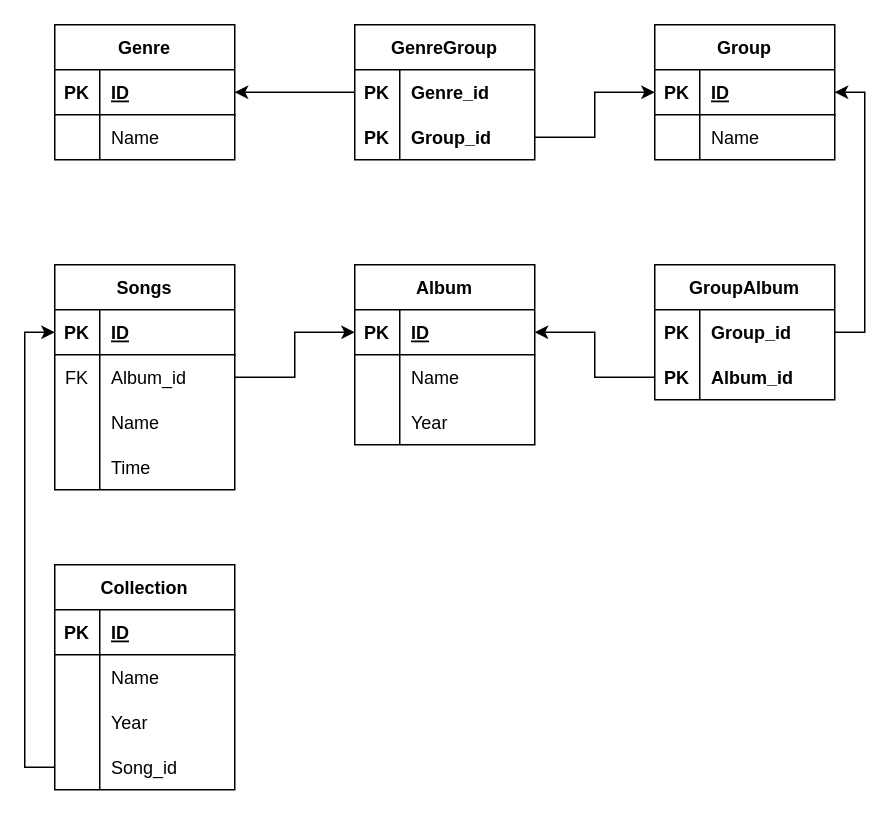
Before: Диаграмма без названия.drawio in Roodootoo/NetologyGit, a draw.io diagram. Source tidied: cells renumbered, new cells numbered last; positions are measured from the earlier drawing's top-left corner, leaving out a move shared by most shapes. Both pictures are drawn from the tidied source at 150%, with x=0, y=0 at pixel (54, 24).
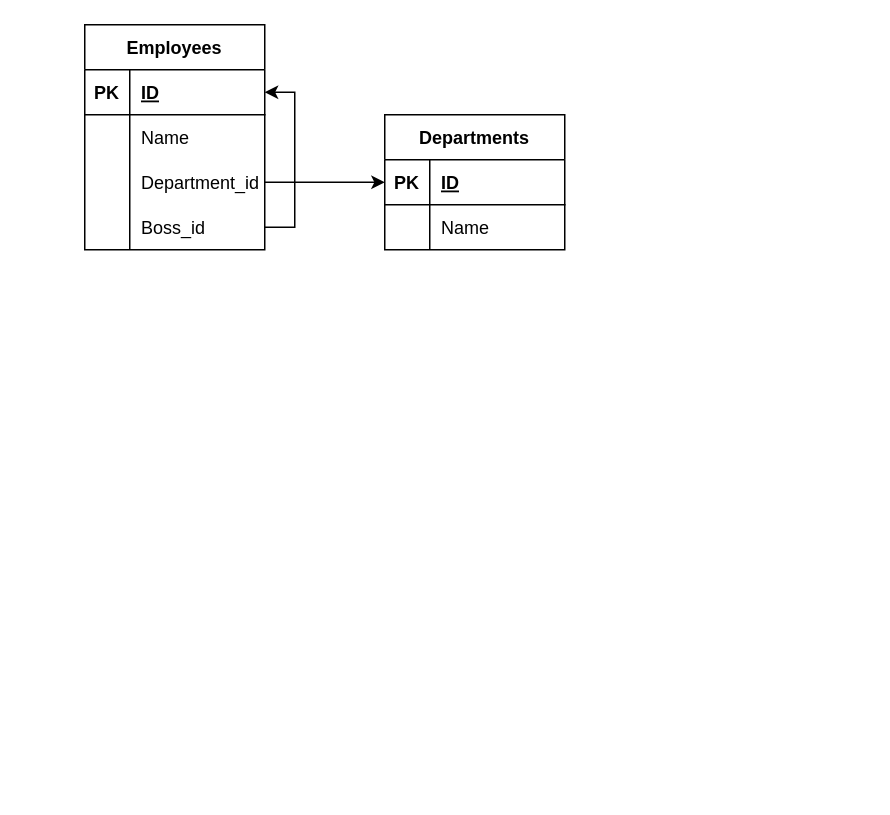
The same page after the edit.

The change refers to these unchanged cells:
```xml
<mxCell id="3" style="shape=tableRow;horizontal=0;startSize=0;swimlaneHead=0;swimlaneBody=0;fillColor=none;points=[[0,0.5],[1,0.5]];portConstraint=eastwest;top=0;left=0;right=0;bottom=1;" parent="2" vertex="1">
  <mxGeometry y="30" width="120" height="30" as="geometry" />
</mxCell>
<mxCell id="10" style="shape=tableRow;horizontal=0;startSize=0;swimlaneHead=0;swimlaneBody=0;fillColor=none;points=[[0,0.5],[1,0.5]];portConstraint=eastwest;top=0;left=0;right=0;bottom=1;" parent="9" vertex="1">
  <mxGeometry y="30" width="120" height="30" as="geometry" />
</mxCell>
```

Change to the diagram source:
```diff
@@
-    <mxCell id="2" value="Genre" style="shape=table;startSize=30;childLayout=tableLayout;rowLines=0;fontStyle=1;align=center;" parent="1" vertex="1">
-      <mxGeometry width="120" height="90" as="geometry" />
+    <mxCell id="2" value="Employees" style="shape=table;startSize=30;childLayout=tableLayout;rowLines=0;fontStyle=1;align=center;" parent="1" vertex="1">
+      <mxGeometry x="20" width="120" height="150" as="geometry" />
     </mxCell>
@@
+    <mxCell id="72" style="shape=tableRow;horizontal=0;startSize=0;swimlaneHead=0;swimlaneBody=0;fillColor=none;points=[[0,0.5],[1,0.5]];portConstraint=eastwest;top=0;left=0;right=0;bottom=0;" parent="2" vertex="1">
+      <mxGeometry y="90" width="120" height="30" as="geometry" />
+    </mxCell>
+    <mxCell id="73" style="shape=partialRectangle;fillColor=none;top=0;left=0;bottom=0;right=0;overflow=hidden;" parent="72" vertex="1">
+      <mxGeometry width="30" height="30" as="geometry" />
+    </mxCell>
+    <mxCell id="74" value="Department_id" style="shape=partialRectangle;fillColor=none;top=0;left=0;bottom=0;right=0;align=left;spacingLeft=6;overflow=hidden;" parent="72" vertex="1">
+      <mxGeometry x="30" width="90" height="30" as="geometry" />
+    </mxCell>
+    <mxCell id="75" style="edgeStyle=orthogonalEdgeStyle;rounded=0;jettySize=auto;html=1;exitX=1;exitY=0.5;exitDx=0;exitDy=0;entryX=1;entryY=0.5;entryDx=0;entryDy=0;" parent="2" edge="1" source="76" target="3">
+      <mxGeometry relative="1" as="geometry" />
+    </mxCell>
+    <mxCell id="76" style="shape=tableRow;horizontal=0;startSize=0;swimlaneHead=0;swimlaneBody=0;fillColor=none;points=[[0,0.5],[1,0.5]];portConstraint=eastwest;top=0;left=0;right=0;bottom=0;" parent="2" vertex="1">
+      <mxGeometry y="120" width="120" height="30" as="geometry" />
+    </mxCell>
+    <mxCell id="77" style="shape=partialRectangle;fillColor=none;top=0;left=0;bottom=0;right=0;overflow=hidden;" parent="76" vertex="1">
+      <mxGeometry width="30" height="30" as="geometry" />
+    </mxCell>
+    <mxCell id="78" value="Boss_id" style="shape=partialRectangle;fillColor=none;top=0;left=0;bottom=0;right=0;align=left;spacingLeft=6;overflow=hidden;" parent="76" vertex="1">
+      <mxGeometry x="30" width="90" height="30" as="geometry" />
+    </mxCell>
-    <mxCell id="9" value="Group" style="shape=table;startSize=30;childLayout=tableLayout;rowLines=0;fontStyle=1;align=center;" parent="1" vertex="1">
-      <mxGeometry x="400" width="120" height="90" as="geometry" />
+    <mxCell id="9" value="Departments" style="shape=table;startSize=30;childLayout=tableLayout;rowLines=0;fontStyle=1;align=center;" parent="1" vertex="1">
+      <mxGeometry x="220" y="60" width="120" height="90" as="geometry" />
     </mxCell>
@@
-    <mxCell id="16" value="Album" style="shape=table;startSize=30;childLayout=tableLayout;rowLines=0;fontStyle=1;align=center;" parent="1" vertex="1">
-      <mxGeometry x="200" y="160" width="120" height="120" as="geometry" />
-    </mxCell>
-    <mxCell id="17" style="shape=tableRow;horizontal=0;startSize=0;swimlaneHead=0;swimlaneBody=0;fillColor=none;points=[[0,0.5],[1,0.5]];portConstraint=eastwest;top=0;left=0;right=0;bottom=1;" parent="16" vertex="1">
-      <mxGeometry y="30" width="120" height="30" as="geometry" />
-    </mxCell>
-    <mxCell id="18" value="PK" style="shape=partialRectangle;fillColor=none;top=0;left=0;bottom=0;right=0;fontStyle=1;overflow=hidden;" parent="17" vertex="1">
-      <mxGeometry width="30" height="30" as="geometry" />
-    </mxCell>
-    <mxCell id="19" value="ID" style="shape=partialRectangle;fillColor=none;top=0;left=0;bottom=0;right=0;align=left;spacingLeft=6;fontStyle=5;overflow=hidden;" parent="17" vertex="1">
-      <mxGeometry x="30" width="90" height="30" as="geometry" />
-    </mxCell>
-    <mxCell id="20" style="shape=tableRow;horizontal=0;startSize=0;swimlaneHead=0;swimlaneBody=0;fillColor=none;top=0;left=0;right=0;bottom=0;" parent="16" vertex="1">
-      <mxGeometry y="60" width="120" height="30" as="geometry" />
-    </mxCell>
-    <mxCell id="21" style="shape=partialRectangle;fillColor=none;top=0;left=0;bottom=0;right=0;overflow=hidden;" parent="20" vertex="1">
-      <mxGeometry width="30" height="30" as="geometry" />
-    </mxCell>
-    <mxCell id="22" value="Name" style="shape=partialRectangle;fillColor=none;top=0;left=0;bottom=0;right=0;align=left;spacingLeft=6;overflow=hidden;" parent="20" vertex="1">
-      <mxGeometry x="30" width="90" height="30" as="geometry" />
-    </mxCell>
-    <mxCell id="23" style="shape=tableRow;horizontal=0;startSize=0;swimlaneHead=0;swimlaneBody=0;fillColor=none;top=0;left=0;right=0;bottom=0;" parent="16" vertex="1">
-      <mxGeometry y="90" width="120" height="30" as="geometry" />
-    </mxCell>
-    <mxCell id="24" style="shape=partialRectangle;fillColor=none;top=0;left=0;bottom=0;right=0;overflow=hidden;" parent="23" vertex="1">
-      <mxGeometry width="30" height="30" as="geometry" />
-    </mxCell>
-    <mxCell id="25" value="Year" style="shape=partialRectangle;fillColor=none;top=0;left=0;bottom=0;right=0;align=left;spacingLeft=6;overflow=hidden;" parent="23" vertex="1">
-      <mxGeometry x="30" width="90" height="30" as="geometry" />
-    </mxCell>
-    <mxCell id="26" value="Songs" style="shape=table;startSize=30;childLayout=tableLayout;rowLines=0;fontStyle=1;align=center;" parent="1" vertex="1">
-      <mxGeometry y="160" width="120" height="150" as="geometry" />
-    </mxCell>
-    <mxCell id="27" style="shape=tableRow;horizontal=0;startSize=0;swimlaneHead=0;swimlaneBody=0;fillColor=none;points=[[0,0.5],[1,0.5]];portConstraint=eastwest;top=0;left=0;right=0;bottom=1;" parent="26" vertex="1">
-      <mxGeometry y="30" width="120" height="30" as="geometry" />
-    </mxCell>
-    <mxCell id="28" value="PK" style="shape=partialRectangle;fillColor=none;top=0;left=0;bottom=0;right=0;fontStyle=1;overflow=hidden;" parent="27" vertex="1">
-      <mxGeometry width="30" height="30" as="geometry" />
-    </mxCell>
-    <mxCell id="29" value="ID" style="shape=partialRectangle;fillColor=none;top=0;left=0;bottom=0;right=0;align=left;spacingLeft=6;fontStyle=5;overflow=hidden;" parent="27" vertex="1">
-      <mxGeometry x="30" width="90" height="30" as="geometry" />
-    </mxCell>
-    <mxCell id="30" style="shape=tableRow;horizontal=0;startSize=0;swimlaneHead=0;swimlaneBody=0;fillColor=none;points=[[0,0.5],[1,0.5]];portConstraint=eastwest;top=0;left=0;right=0;bottom=0;" parent="26" vertex="1">
-      <mxGeometry y="60" width="120" height="30" as="geometry" />
-    </mxCell>
-    <mxCell id="31" value="FK" style="shape=partialRectangle;fillColor=none;top=0;left=0;bottom=0;right=0;overflow=hidden;" parent="30" vertex="1">
-      <mxGeometry width="30" height="30" as="geometry" />
-    </mxCell>
-    <mxCell id="32" value="Album_id" style="shape=partialRectangle;fillColor=none;top=0;left=0;bottom=0;right=0;align=left;spacingLeft=6;overflow=hidden;" parent="30" vertex="1">
-      <mxGeometry x="30" width="90" height="30" as="geometry" />
-    </mxCell>
-    <mxCell id="33" style="shape=tableRow;horizontal=0;startSize=0;swimlaneHead=0;swimlaneBody=0;fillColor=none;top=0;left=0;right=0;bottom=0;" parent="26" vertex="1">
-      <mxGeometry y="90" width="120" height="30" as="geometry" />
-    </mxCell>
-    <mxCell id="34" style="shape=partialRectangle;fillColor=none;top=0;left=0;bottom=0;right=0;overflow=hidden;" parent="33" vertex="1">
-      <mxGeometry width="30" height="30" as="geometry" />
-    </mxCell>
-    <mxCell id="35" value="Name" style="shape=partialRectangle;fillColor=none;top=0;left=0;bottom=0;right=0;align=left;spacingLeft=6;overflow=hidden;" parent="33" vertex="1">
-      <mxGeometry x="30" width="90" height="30" as="geometry" />
-    </mxCell>
-    <mxCell id="36" style="shape=tableRow;horizontal=0;startSize=0;swimlaneHead=0;swimlaneBody=0;fillColor=none;top=0;left=0;right=0;bottom=0;" parent="26" vertex="1">
-      <mxGeometry y="120" width="120" height="30" as="geometry" />
-    </mxCell>
-    <mxCell id="37" style="shape=partialRectangle;fillColor=none;top=0;left=0;bottom=0;right=0;overflow=hidden;" parent="36" vertex="1">
-      <mxGeometry width="30" height="30" as="geometry" />
-    </mxCell>
-    <mxCell id="38" value="Time" style="shape=partialRectangle;fillColor=none;top=0;left=0;bottom=0;right=0;align=left;spacingLeft=6;overflow=hidden;" parent="36" vertex="1">
-      <mxGeometry x="30" width="90" height="30" as="geometry" />
-    </mxCell>
-    <mxCell id="39" value="GenreGroup" style="shape=table;startSize=30;childLayout=tableLayout;rowLines=0;fontStyle=1;align=center;" parent="1" vertex="1">
-      <mxGeometry x="200" width="120" height="90" as="geometry" />
-    </mxCell>
-    <mxCell id="40" style="shape=tableRow;horizontal=0;startSize=0;swimlaneHead=0;swimlaneBody=0;fillColor=none;points=[[0,0.5],[1,0.5]];portConstraint=eastwest;top=0;left=0;right=0;bottom=0;" parent="39" vertex="1">
-      <mxGeometry y="30" width="120" height="30" as="geometry" />
-    </mxCell>
-    <mxCell id="41" value="PK" style="shape=partialRectangle;fillColor=none;top=0;left=0;bottom=0;right=0;overflow=hidden;fontStyle=1;" parent="40" vertex="1">
-      <mxGeometry width="30" height="30" as="geometry" />
-    </mxCell>
-    <mxCell id="42" value="Genre_id" style="shape=partialRectangle;fillColor=none;top=0;left=0;bottom=0;right=0;align=left;spacingLeft=6;overflow=hidden;fontStyle=1;" parent="40" vertex="1">
-      <mxGeometry x="30" width="90" height="30" as="geometry" />
-    </mxCell>
-    <mxCell id="43" style="shape=tableRow;horizontal=0;startSize=0;swimlaneHead=0;swimlaneBody=0;fillColor=none;points=[[0,0.5],[1,0.5]];portConstraint=eastwest;top=0;left=0;right=0;bottom=0;" parent="39" vertex="1">
-      <mxGeometry y="60" width="120" height="30" as="geometry" />
-    </mxCell>
-    <mxCell id="44" value="PK" style="shape=partialRectangle;fillColor=none;top=0;left=0;bottom=0;right=0;overflow=hidden;fontStyle=1;" parent="43" vertex="1">
-      <mxGeometry width="30" height="30" as="geometry" />
-    </mxCell>
-    <mxCell id="45" value="Group_id" style="shape=partialRectangle;fillColor=none;top=0;left=0;bottom=0;right=0;align=left;spacingLeft=6;overflow=hidden;fontStyle=1;" parent="43" vertex="1">
-      <mxGeometry x="30" width="90" height="30" as="geometry" />
-    </mxCell>
-    <mxCell id="46" value="GroupAlbum" style="shape=table;startSize=30;childLayout=tableLayout;rowLines=0;fontStyle=1;align=center;" parent="1" vertex="1">
-      <mxGeometry x="400" y="160" width="120" height="90" as="geometry" />
-    </mxCell>
-    <mxCell id="47" style="shape=tableRow;horizontal=0;startSize=0;swimlaneHead=0;swimlaneBody=0;fillColor=none;points=[[0,0.5],[1,0.5]];portConstraint=eastwest;top=0;left=0;right=0;bottom=0;" parent="46" vertex="1">
-      <mxGeometry y="30" width="120" height="30" as="geometry" />
-    </mxCell>
-    <mxCell id="48" value="PK" style="shape=partialRectangle;fillColor=none;top=0;left=0;bottom=0;right=0;overflow=hidden;fontStyle=1;" parent="47" vertex="1">
-      <mxGeometry width="30" height="30" as="geometry" />
-    </mxCell>
-    <mxCell id="49" value="Group_id" style="shape=partialRectangle;fillColor=none;top=0;left=0;bottom=0;right=0;align=left;spacingLeft=6;overflow=hidden;fontStyle=1;" parent="47" vertex="1">
-      <mxGeometry x="30" width="90" height="30" as="geometry" />
-    </mxCell>
-    <mxCell id="50" style="shape=tableRow;horizontal=0;startSize=0;swimlaneHead=0;swimlaneBody=0;fillColor=none;points=[[0,0.5],[1,0.5]];portConstraint=eastwest;top=0;left=0;right=0;bottom=0;" parent="46" vertex="1">
-      <mxGeometry y="60" width="120" height="30" as="geometry" />
-    </mxCell>
-    <mxCell id="51" value="PK" style="shape=partialRectangle;fillColor=none;top=0;left=0;bottom=0;right=0;overflow=hidden;fontStyle=1;" parent="50" vertex="1">
-      <mxGeometry width="30" height="30" as="geometry" />
-    </mxCell>
-    <mxCell id="52" value="Album_id" style="shape=partialRectangle;fillColor=none;top=0;left=0;bottom=0;right=0;align=left;spacingLeft=6;overflow=hidden;fontStyle=1;" parent="50" vertex="1">
-      <mxGeometry x="30" width="90" height="30" as="geometry" />
-    </mxCell>
-    <mxCell id="53" style="edgeStyle=orthogonalEdgeStyle;rounded=0;jettySize=auto;html=1;exitX=1;exitY=0.5;exitDx=0;exitDy=0;entryX=0;entryY=0.5;entryDx=0;entryDy=0;" parent="1" edge="1" source="30" target="17">
-      <mxGeometry relative="1" as="geometry" />
-    </mxCell>
-    <mxCell id="54" value="Collection" style="shape=table;startSize=30;childLayout=tableLayout;rowLines=0;fontStyle=1;align=center;" parent="1" vertex="1">
-      <mxGeometry y="360" width="120" height="150" as="geometry" />
-    </mxCell>
-    <mxCell id="55" style="shape=tableRow;horizontal=0;startSize=0;swimlaneHead=0;swimlaneBody=0;fillColor=none;top=0;left=0;right=0;bottom=1;" parent="54" vertex="1">
-      <mxGeometry y="30" width="120" height="30" as="geometry" />
-    </mxCell>
-    <mxCell id="56" value="PK" style="shape=partialRectangle;fillColor=none;top=0;left=0;bottom=0;right=0;fontStyle=1;overflow=hidden;" parent="55" vertex="1">
-      <mxGeometry width="30" height="30" as="geometry" />
-    </mxCell>
-    <mxCell id="57" value="ID" style="shape=partialRectangle;fillColor=none;top=0;left=0;bottom=0;right=0;align=left;spacingLeft=6;fontStyle=5;overflow=hidden;" parent="55" vertex="1">
-      <mxGeometry x="30" width="90" height="30" as="geometry" />
-    </mxCell>
-    <mxCell id="58" style="shape=tableRow;horizontal=0;startSize=0;swimlaneHead=0;swimlaneBody=0;fillColor=none;top=0;left=0;right=0;bottom=0;" parent="54" vertex="1">
-      <mxGeometry y="60" width="120" height="30" as="geometry" />
-    </mxCell>
-    <mxCell id="59" style="shape=partialRectangle;fillColor=none;top=0;left=0;bottom=0;right=0;overflow=hidden;" parent="58" vertex="1">
-      <mxGeometry width="30" height="30" as="geometry" />
-    </mxCell>
-    <mxCell id="60" value="Name" style="shape=partialRectangle;fillColor=none;top=0;left=0;bottom=0;right=0;align=left;spacingLeft=6;overflow=hidden;" parent="58" vertex="1">
-      <mxGeometry x="30" width="90" height="30" as="geometry" />
-    </mxCell>
-    <mxCell id="61" style="shape=tableRow;horizontal=0;startSize=0;swimlaneHead=0;swimlaneBody=0;fillColor=none;top=0;left=0;right=0;bottom=0;" parent="54" vertex="1">
-      <mxGeometry y="90" width="120" height="30" as="geometry" />
-    </mxCell>
-    <mxCell id="62" style="shape=partialRectangle;fillColor=none;top=0;left=0;bottom=0;right=0;overflow=hidden;" parent="61" vertex="1">
-      <mxGeometry width="30" height="30" as="geometry" />
-    </mxCell>
-    <mxCell id="63" value="Year" style="shape=partialRectangle;fillColor=none;top=0;left=0;bottom=0;right=0;align=left;spacingLeft=6;overflow=hidden;" parent="61" vertex="1">
-      <mxGeometry x="30" width="90" height="30" as="geometry" />
-    </mxCell>
-    <mxCell id="64" style="shape=tableRow;horizontal=0;startSize=0;swimlaneHead=0;swimlaneBody=0;fillColor=none;points=[[0,0.5],[1,0.5]];portConstraint=eastwest;top=0;left=0;right=0;bottom=0;" parent="54" vertex="1">
-      <mxGeometry y="120" width="120" height="30" as="geometry" />
-    </mxCell>
-    <mxCell id="65" style="shape=partialRectangle;fillColor=none;top=0;left=0;bottom=0;right=0;overflow=hidden;" parent="64" vertex="1">
-      <mxGeometry width="30" height="30" as="geometry" />
-    </mxCell>
-    <mxCell id="66" value="Song_id" style="shape=partialRectangle;fillColor=none;top=0;left=0;bottom=0;right=0;align=left;spacingLeft=6;overflow=hidden;" parent="64" vertex="1">
-      <mxGeometry x="30" width="90" height="30" as="geometry" />
-    </mxCell>
-    <mxCell id="67" style="edgeStyle=orthogonalEdgeStyle;rounded=0;jettySize=auto;html=1;exitX=0;exitY=0.5;exitDx=0;exitDy=0;entryX=1;entryY=0.5;entryDx=0;entryDy=0;" parent="1" edge="1" source="40" target="3">
-      <mxGeometry relative="1" as="geometry" />
-    </mxCell>
-    <mxCell id="68" style="edgeStyle=orthogonalEdgeStyle;rounded=0;jettySize=auto;html=1;exitX=1;exitY=0.5;exitDx=0;exitDy=0;entryX=0;entryY=0.5;entryDx=0;entryDy=0;" parent="1" edge="1" source="43" target="10">
-      <mxGeometry relative="1" as="geometry" />
-    </mxCell>
-    <mxCell id="69" style="edgeStyle=orthogonalEdgeStyle;rounded=0;jettySize=auto;html=1;exitX=1;exitY=0.5;exitDx=0;exitDy=0;entryX=1;entryY=0.5;entryDx=0;entryDy=0;" parent="1" edge="1" source="47" target="10">
-      <mxGeometry relative="1" as="geometry" />
-    </mxCell>
-    <mxCell id="70" style="edgeStyle=orthogonalEdgeStyle;rounded=0;jettySize=auto;html=1;exitX=0;exitY=0.5;exitDx=0;exitDy=0;entryX=1;entryY=0.5;entryDx=0;entryDy=0;" parent="1" edge="1" source="50" target="17">
-      <mxGeometry relative="1" as="geometry" />
-    </mxCell>
-    <mxCell id="71" style="edgeStyle=orthogonalEdgeStyle;rounded=0;jettySize=auto;html=1;exitX=0;exitY=0.5;exitDx=0;exitDy=0;entryX=0;entryY=0.5;entryDx=0;entryDy=0;" parent="1" edge="1" source="64" target="27">
-      <mxGeometry relative="1" as="geometry" />
-    </mxCell>
+    <mxCell id="79" style="edgeStyle=orthogonalEdgeStyle;rounded=0;jettySize=auto;html=1;exitX=1;exitY=0.5;exitDx=0;exitDy=0;entryX=0;entryY=0.5;entryDx=0;entryDy=0;" parent="1" edge="1" source="72" target="10">
+      <mxGeometry relative="1" as="geometry" />
+    </mxCell>
```
